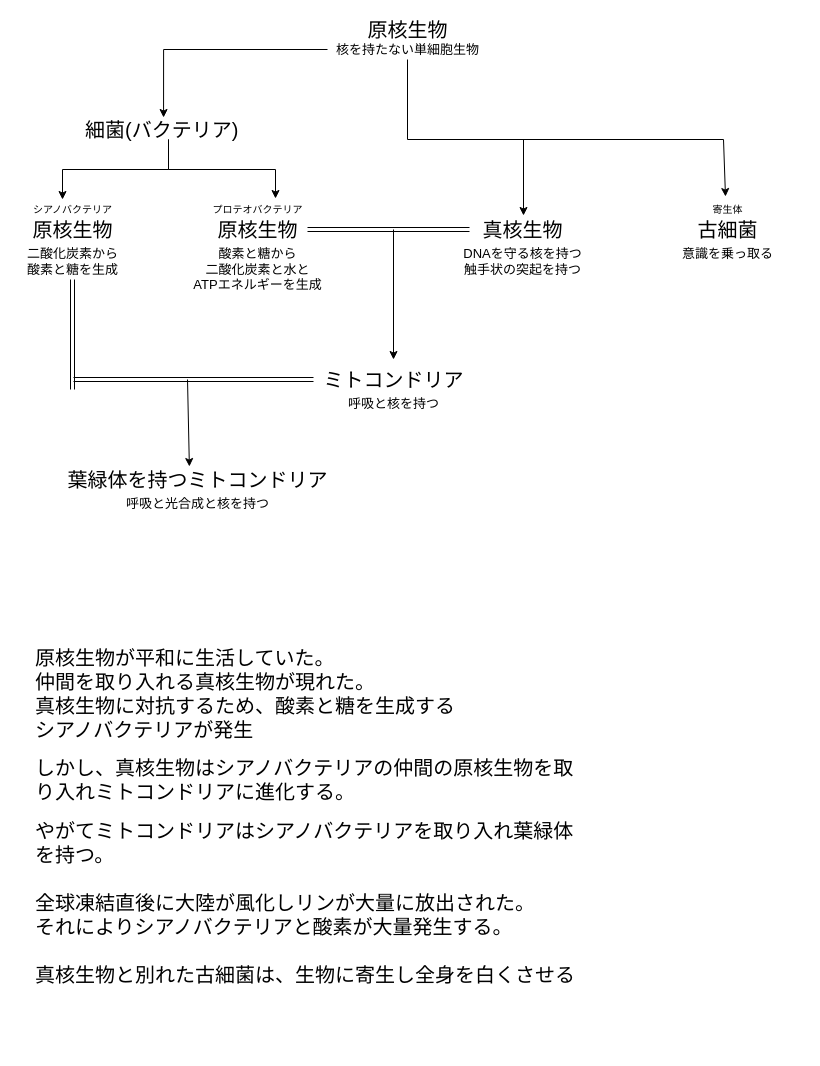
Earlier version of the draw.io diagram page "誕生" (1 of 2) of eater.drawio (idaks1325/eater_design). Source tidied: cells renumbered, new cells numbered last; positions are measured from the earlier drawing's top-left corner, leaving out a move shared by most shapes. Both pictures are drawn from the tidied source at 100%, with x=0, y=0 at pixel (17, 19).
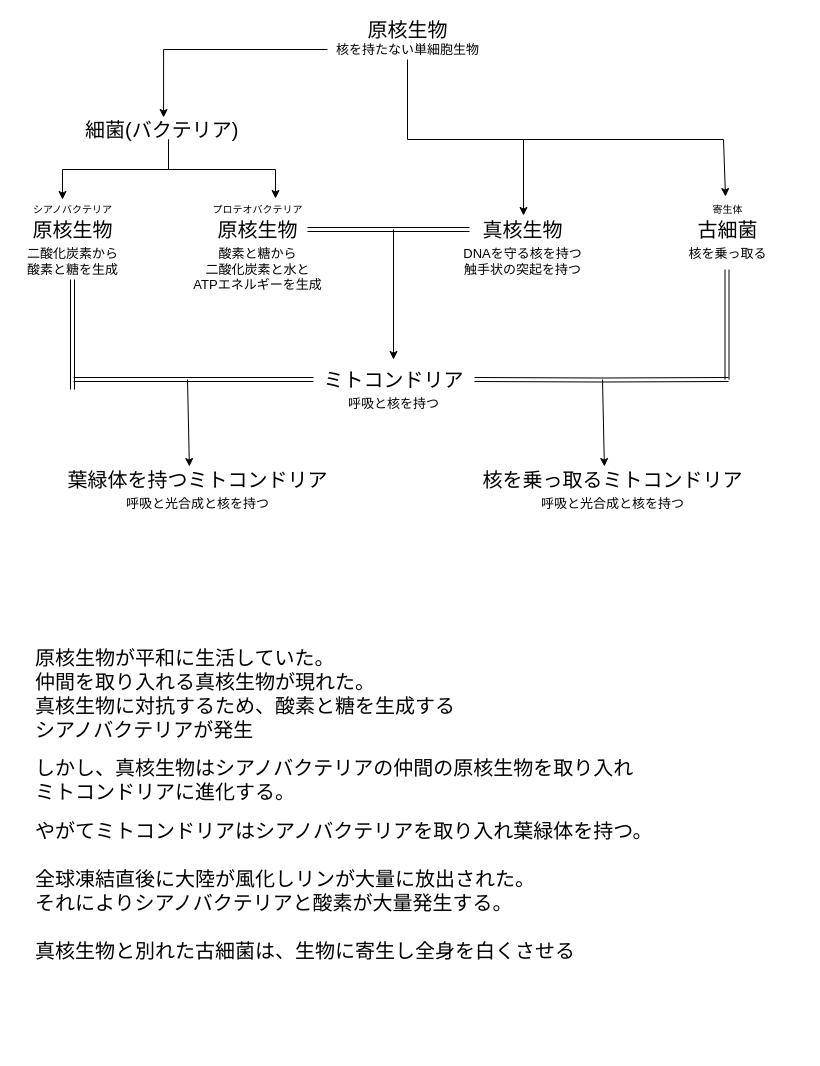
After the change.

Unchanged cells that the change refers to:
```xml
<mxCell id="15" value="&lt;font style=&quot;font-size: 20px&quot;&gt;ミトコンドリア&lt;/font&gt;" style="text;html=1;align=center;verticalAlign=middle;points=[];" parent="1" vertex="1">
  <mxGeometry x="296" y="350" width="160" height="20" as="geometry" />
</mxCell>
```

The edit, as a diff of the source:
```diff
@@
-    <mxCell id="19" value="&lt;span style=&quot;text-align: left ; text-indent: 0px ; display: inline ; float: none&quot;&gt;&lt;font face=&quot;arial&quot;&gt;&lt;span style=&quot;font-size: 20px&quot;&gt;原核生物が平和に生活していた。&lt;/span&gt;&lt;/font&gt;&lt;br&gt;&lt;font face=&quot;arial&quot;&gt;&lt;span style=&quot;font-size: 20px&quot;&gt;仲間を取り入れる真核生物が現れた。&lt;/span&gt;&lt;/font&gt;&lt;br&gt;&lt;font face=&quot;arial&quot;&gt;&lt;span style=&quot;font-size: 20px&quot;&gt;真核生物に対抗するため、酸素と糖を生成する&lt;/span&gt;&lt;/font&gt;&lt;br&gt;&lt;font face=&quot;arial&quot;&gt;&lt;span style=&quot;font-size: 20px&quot;&gt;シアノバクテリアが発生&lt;/span&gt;&lt;/font&gt;&lt;br&gt;&lt;br&gt;&lt;font face=&quot;arial&quot;&gt;&lt;span style=&quot;font-size: 20px&quot;&gt;しかし、真核生物はシアノバクテリアの仲間の原核生物を取り入れミトコンドリアに進化する。&lt;/span&gt;&lt;/font&gt;&lt;br&gt;&lt;br&gt;&lt;font face=&quot;arial&quot;&gt;&lt;span style=&quot;font-size: 20px&quot;&gt;やがてミトコンドリアはシアノバクテリアを取り入れ葉緑体を持つ。&lt;br&gt;&lt;br&gt;&lt;/span&gt;&lt;/font&gt;&lt;font face=&quot;arial&quot;&gt;&lt;span style=&quot;font-size: 20px&quot;&gt;全球凍結直後に大陸が風化しリンが大量に放出された。&lt;br&gt;&lt;/span&gt;&lt;span style=&quot;font-size: 20px&quot;&gt;それによりシアノバクテリアと酸素が大量発生する。&lt;br&gt;&lt;br&gt;&lt;/span&gt;&lt;/font&gt;&lt;span style=&quot;font-family: &amp;#34;arial&amp;#34; ; font-size: 20px&quot;&gt;真核生物と別れた&lt;/span&gt;&lt;span style=&quot;font-family: &amp;#34;arial&amp;#34; ; font-size: 20px&quot;&gt;古細菌は、生物に&lt;/span&gt;&lt;span style=&quot;font-family: &amp;#34;arial&amp;#34; ; font-size: 20px&quot;&gt;寄生し全身を白くさせる&lt;/span&gt;&lt;br style=&quot;font-family: &amp;#34;arial&amp;#34; ; font-size: 20px&quot;&gt;&lt;br&gt;&lt;/span&gt;" style="text;whiteSpace=wrap;html=1;" parent="1" vertex="1">
-      <mxGeometry x="16" y="620" width="550" height="410" as="geometry" />
+    <mxCell id="19" value="&lt;span style=&quot;text-align: left ; text-indent: 0px ; display: inline ; float: none&quot;&gt;&lt;font face=&quot;arial&quot;&gt;&lt;span style=&quot;font-size: 20px&quot;&gt;原核生物が平和に生活していた。&lt;/span&gt;&lt;/font&gt;&lt;br&gt;&lt;font face=&quot;arial&quot;&gt;&lt;span style=&quot;font-size: 20px&quot;&gt;仲間を取り入れる真核生物が現れた。&lt;/span&gt;&lt;/font&gt;&lt;br&gt;&lt;font face=&quot;arial&quot;&gt;&lt;span style=&quot;font-size: 20px&quot;&gt;真核生物に対抗するため、酸素と糖を生成する&lt;/span&gt;&lt;/font&gt;&lt;br&gt;&lt;font face=&quot;arial&quot;&gt;&lt;span style=&quot;font-size: 20px&quot;&gt;シアノバクテリアが発生&lt;/span&gt;&lt;/font&gt;&lt;br&gt;&lt;br&gt;&lt;font face=&quot;arial&quot;&gt;&lt;span style=&quot;font-size: 20px&quot;&gt;しかし、真核生物はシアノバクテリアの仲間の原核生物を取り入れ&lt;br&gt;ミトコンドリアに進化する。&lt;/span&gt;&lt;/font&gt;&lt;br&gt;&lt;br&gt;&lt;font face=&quot;arial&quot;&gt;&lt;span style=&quot;font-size: 20px&quot;&gt;やがてミトコンドリアはシアノバクテリアを取り入れ葉緑体を持つ。&lt;br&gt;&lt;br&gt;&lt;/span&gt;&lt;/font&gt;&lt;font face=&quot;arial&quot;&gt;&lt;span style=&quot;font-size: 20px&quot;&gt;全球凍結直後に大陸が風化しリンが大量に放出された。&lt;br&gt;&lt;/span&gt;&lt;span style=&quot;font-size: 20px&quot;&gt;それによりシアノバクテリアと酸素が大量発生する。&lt;br&gt;&lt;br&gt;&lt;/span&gt;&lt;/font&gt;&lt;span style=&quot;font-family: &amp;#34;arial&amp;#34; ; font-size: 20px&quot;&gt;真核生物と別れた&lt;/span&gt;&lt;span style=&quot;font-family: &amp;#34;arial&amp;#34; ; font-size: 20px&quot;&gt;古細菌は、生物に&lt;/span&gt;&lt;span style=&quot;font-family: &amp;#34;arial&amp;#34; ; font-size: 20px&quot;&gt;寄生し全身を白くさせる&lt;/span&gt;&lt;br style=&quot;font-family: &amp;#34;arial&amp;#34; ; font-size: 20px&quot;&gt;&lt;br&gt;&lt;/span&gt;" style="text;whiteSpace=wrap;html=1;" parent="1" vertex="1">
+      <mxGeometry x="16" y="620" width="770" height="410" as="geometry" />
     </mxCell>
@@
-    <mxCell id="26" value="&lt;font face=&quot;arial&quot;&gt;&lt;span style=&quot;font-size: 13px&quot;&gt;意識を乗っ取る&lt;br&gt;&lt;/span&gt;&lt;/font&gt;" style="text;html=1;align=center;verticalAlign=top;" parent="1" vertex="1">
-      <mxGeometry x="655" y="220" width="110" height="20" as="geometry" />
+    <mxCell id="26" value="&lt;font face=&quot;arial&quot;&gt;&lt;span style=&quot;font-size: 13px&quot;&gt;核を乗っ取る&lt;br&gt;&lt;/span&gt;&lt;/font&gt;" style="text;html=1;align=center;verticalAlign=top;" parent="1" vertex="1">
+      <mxGeometry x="665" y="220" width="90" height="20" as="geometry" />
     </mxCell>
@@
+    <mxCell id="33" style="edgeStyle=orthogonalEdgeStyle;shape=link;rounded=0;orthogonalLoop=1;jettySize=auto;html=1;width=-4;" parent="1" edge="1">
+      <mxGeometry relative="1" as="geometry">
+        <mxPoint x="709.5" y="250" as="sourcePoint" />
+        <mxPoint x="709.5" y="360" as="targetPoint" />
+      </mxGeometry>
+    </mxCell>
+    <mxCell id="34" style="edgeStyle=orthogonalEdgeStyle;shape=link;rounded=0;jettySize=auto;html=1;entryX=1.006;entryY=0.5;entryDx=0;entryDy=0;entryPerimeter=0;" parent="1" edge="1" target="15">
+      <mxGeometry relative="1" as="geometry">
+        <mxPoint x="711" y="360" as="sourcePoint" />
+      </mxGeometry>
+    </mxCell>
+    <mxCell id="35" value="&lt;font style=&quot;font-size: 20px&quot;&gt;核を乗っ取るミトコンドリア&lt;/font&gt;" style="text;html=1;align=center;verticalAlign=middle;points=[];" parent="1" vertex="1">
+      <mxGeometry x="455" y="450" width="280" height="20" as="geometry" />
+    </mxCell>
+    <mxCell id="36" value="&lt;font face=&quot;arial&quot;&gt;&lt;span style=&quot;font-size: 13px&quot;&gt;呼吸と&lt;/span&gt;&lt;/font&gt;&lt;span style=&quot;font-family: &amp;#34;arial&amp;#34; ; font-size: 13px&quot;&gt;光合成と&lt;/span&gt;&lt;font face=&quot;arial&quot;&gt;&lt;span style=&quot;font-size: 13px&quot;&gt;核を持つ&lt;br&gt;&lt;/span&gt;&lt;/font&gt;" style="text;html=1;align=center;verticalAlign=top;" parent="1" vertex="1">
+      <mxGeometry x="515" y="470" width="160" height="20" as="geometry" />
+    </mxCell>
+    <mxCell id="37" style="endArrow=classic;html=1;entryX=0.471;entryY=-0.15;entryDx=0;entryDy=0;entryPerimeter=0;" parent="1" edge="1" target="35">
+      <mxGeometry relative="1" as="geometry">
+        <mxPoint x="585" y="360" as="sourcePoint" />
+      </mxGeometry>
+    </mxCell>
```
